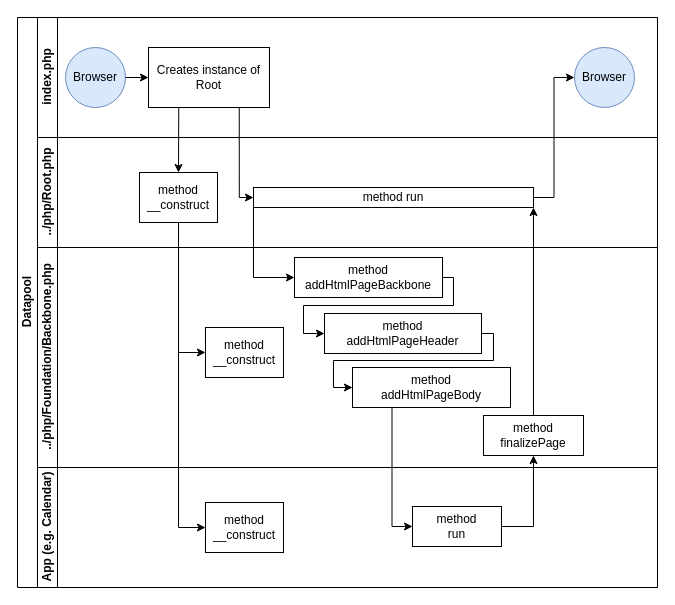
Earlier version of the draw.io diagram assets/Browser_call_flow.drawio (SourcePot/datapool). Source tidied: cells renumbered, new cells numbered last; positions are measured from the earlier drawing's top-left corner, leaving out a move shared by most shapes. Both pictures are drawn from the tidied source at 100%, with x=0, y=0 at pixel (17, 17).
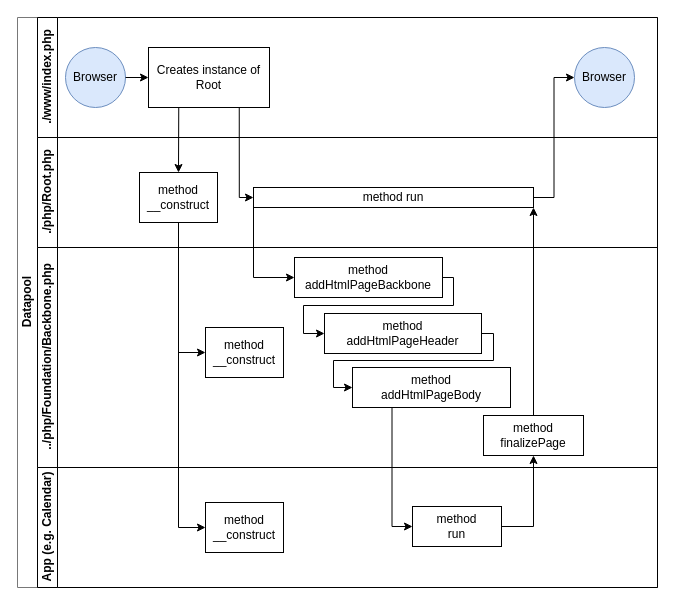
Above is the later version.

Change to the diagram source:
```diff
@@
-    <mxCell id="2" value="Datapool" style="swimlane;html=1;horizontal=0;startSize=20;" parent="1" vertex="1">
+    <mxCell id="2" value="Datapool" style="swimlane;html=1;horizontal=0;startSize=20;strokeColor=#787878;" parent="1" vertex="1">
       <mxGeometry width="640" height="570" as="geometry" />
     </mxCell>
-    <mxCell id="3" value="index.php" style="swimlane;html=1;startSize=20;horizontal=0;" parent="2" vertex="1">
+    <mxCell id="3" value="./www/index.php" style="swimlane;html=1;startSize=20;horizontal=0;" parent="2" vertex="1">
       <mxGeometry x="20" width="620" height="120" as="geometry" />
     </mxCell>
@@
-    <mxCell id="8" value="&lt;div&gt;../php/Root.php&lt;/div&gt;" style="swimlane;html=1;startSize=20;horizontal=0;" parent="2" vertex="1">
+    <mxCell id="8" value="&lt;div&gt;./php/Root.php&lt;/div&gt;" style="swimlane;html=1;startSize=20;horizontal=0;" parent="2" vertex="1">
       <mxGeometry x="20" y="120" width="620" height="110" as="geometry" />
     </mxCell>
```
